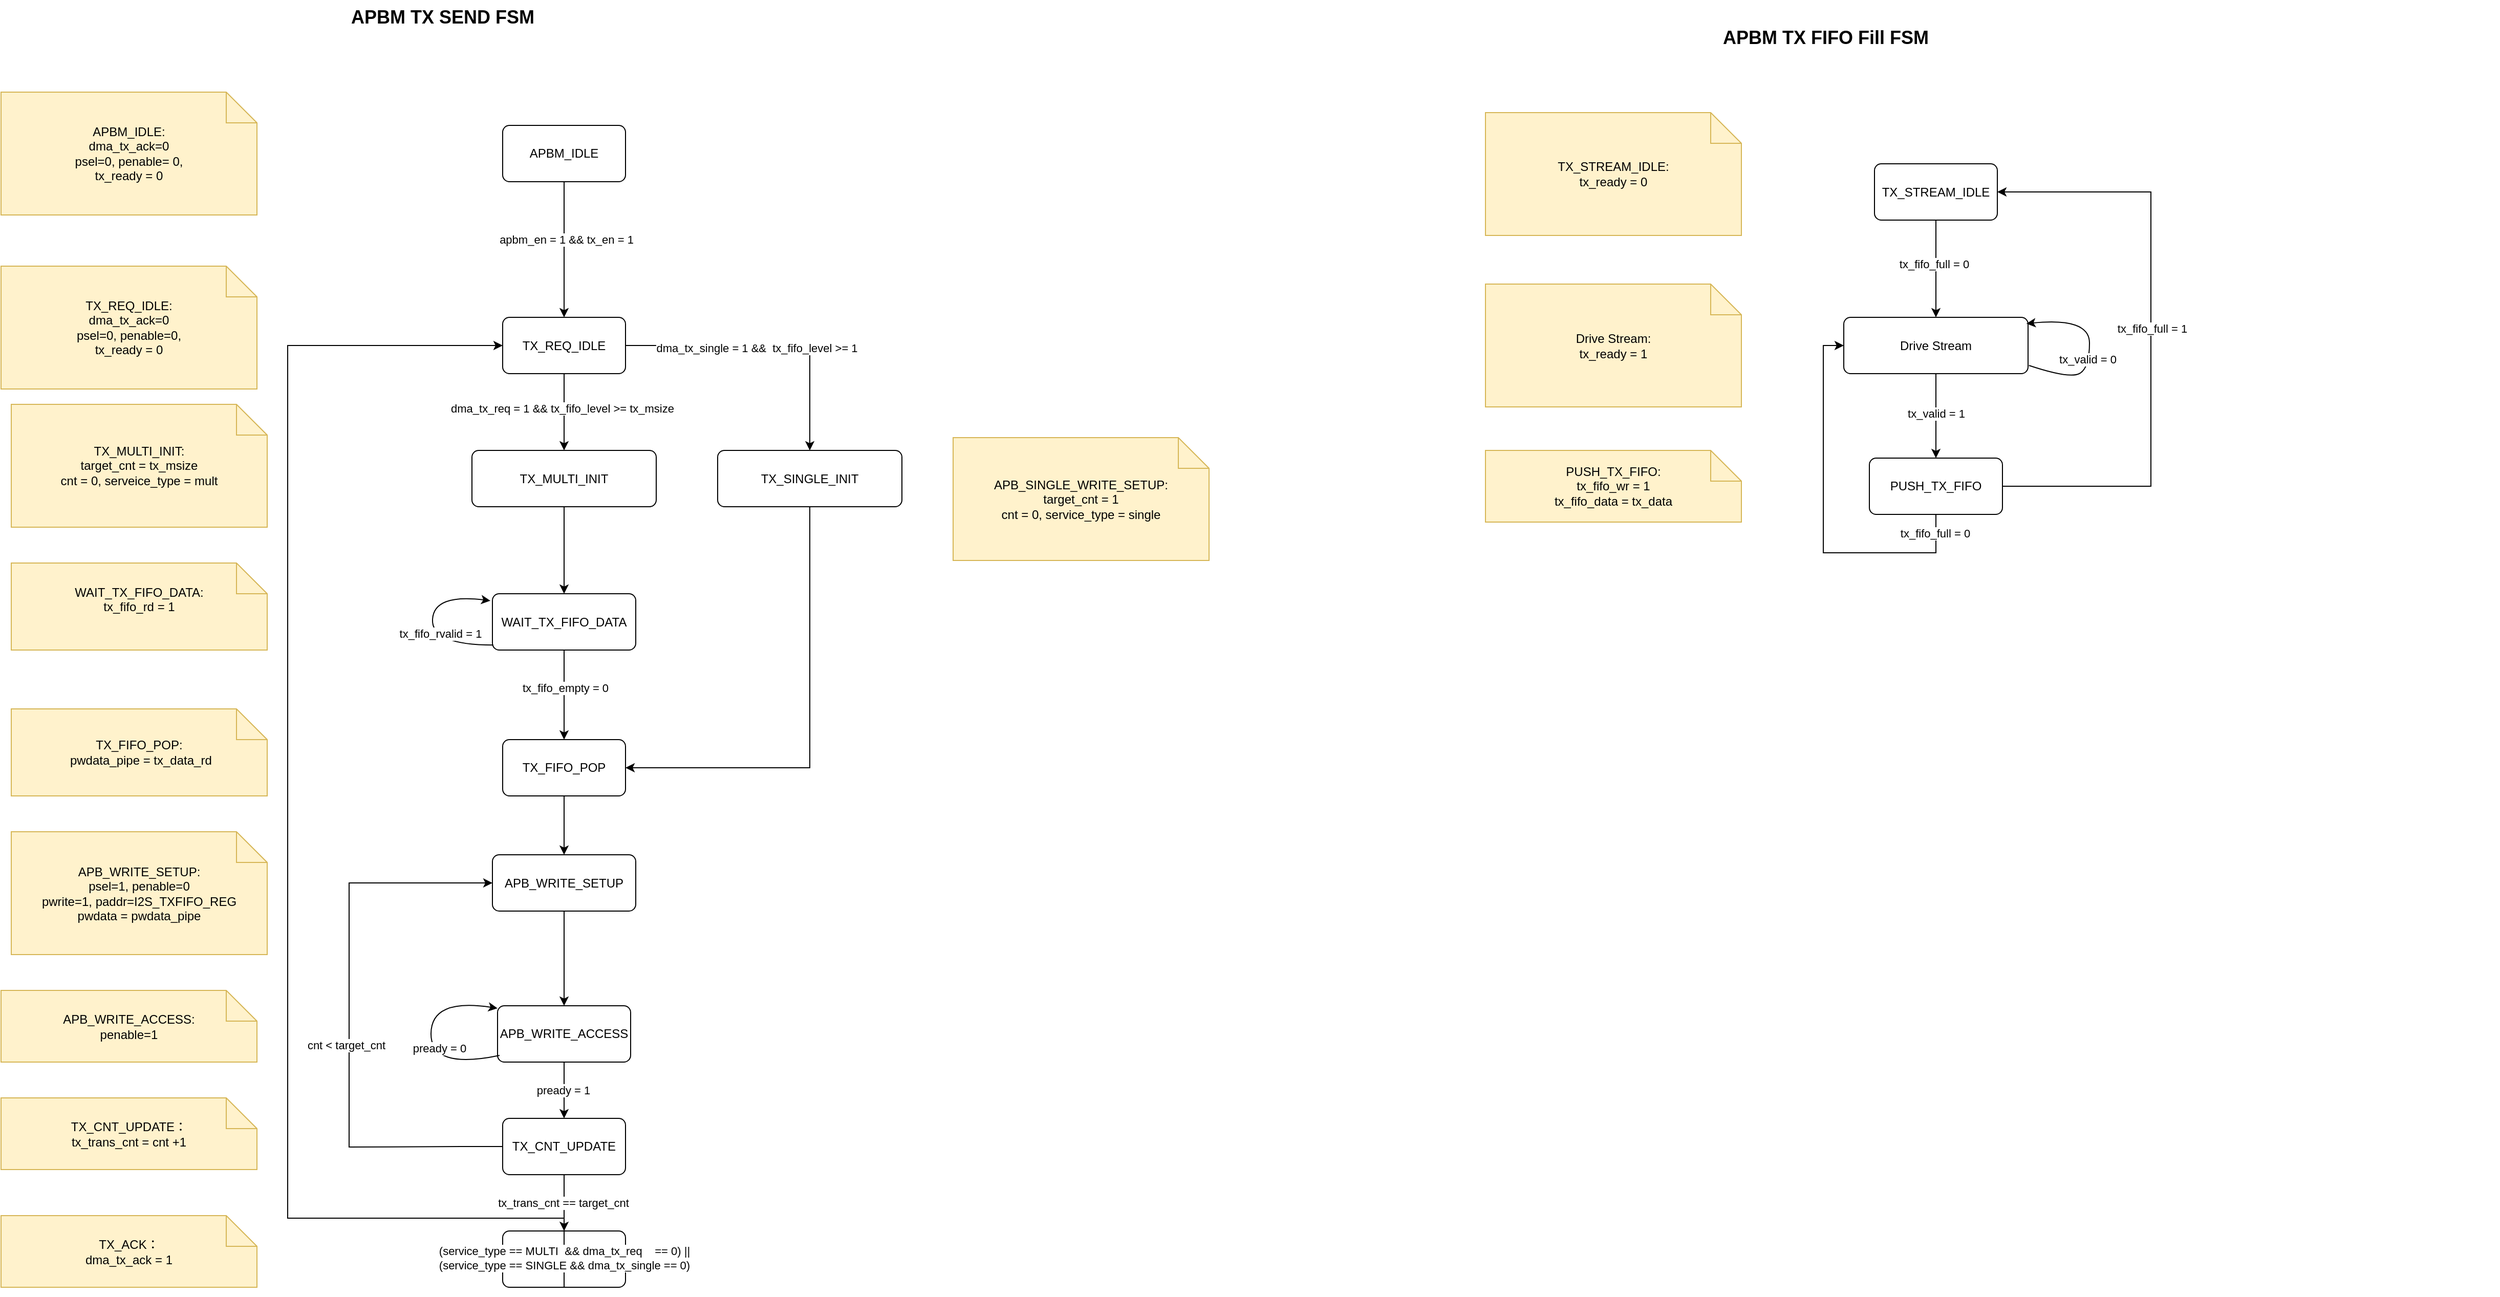
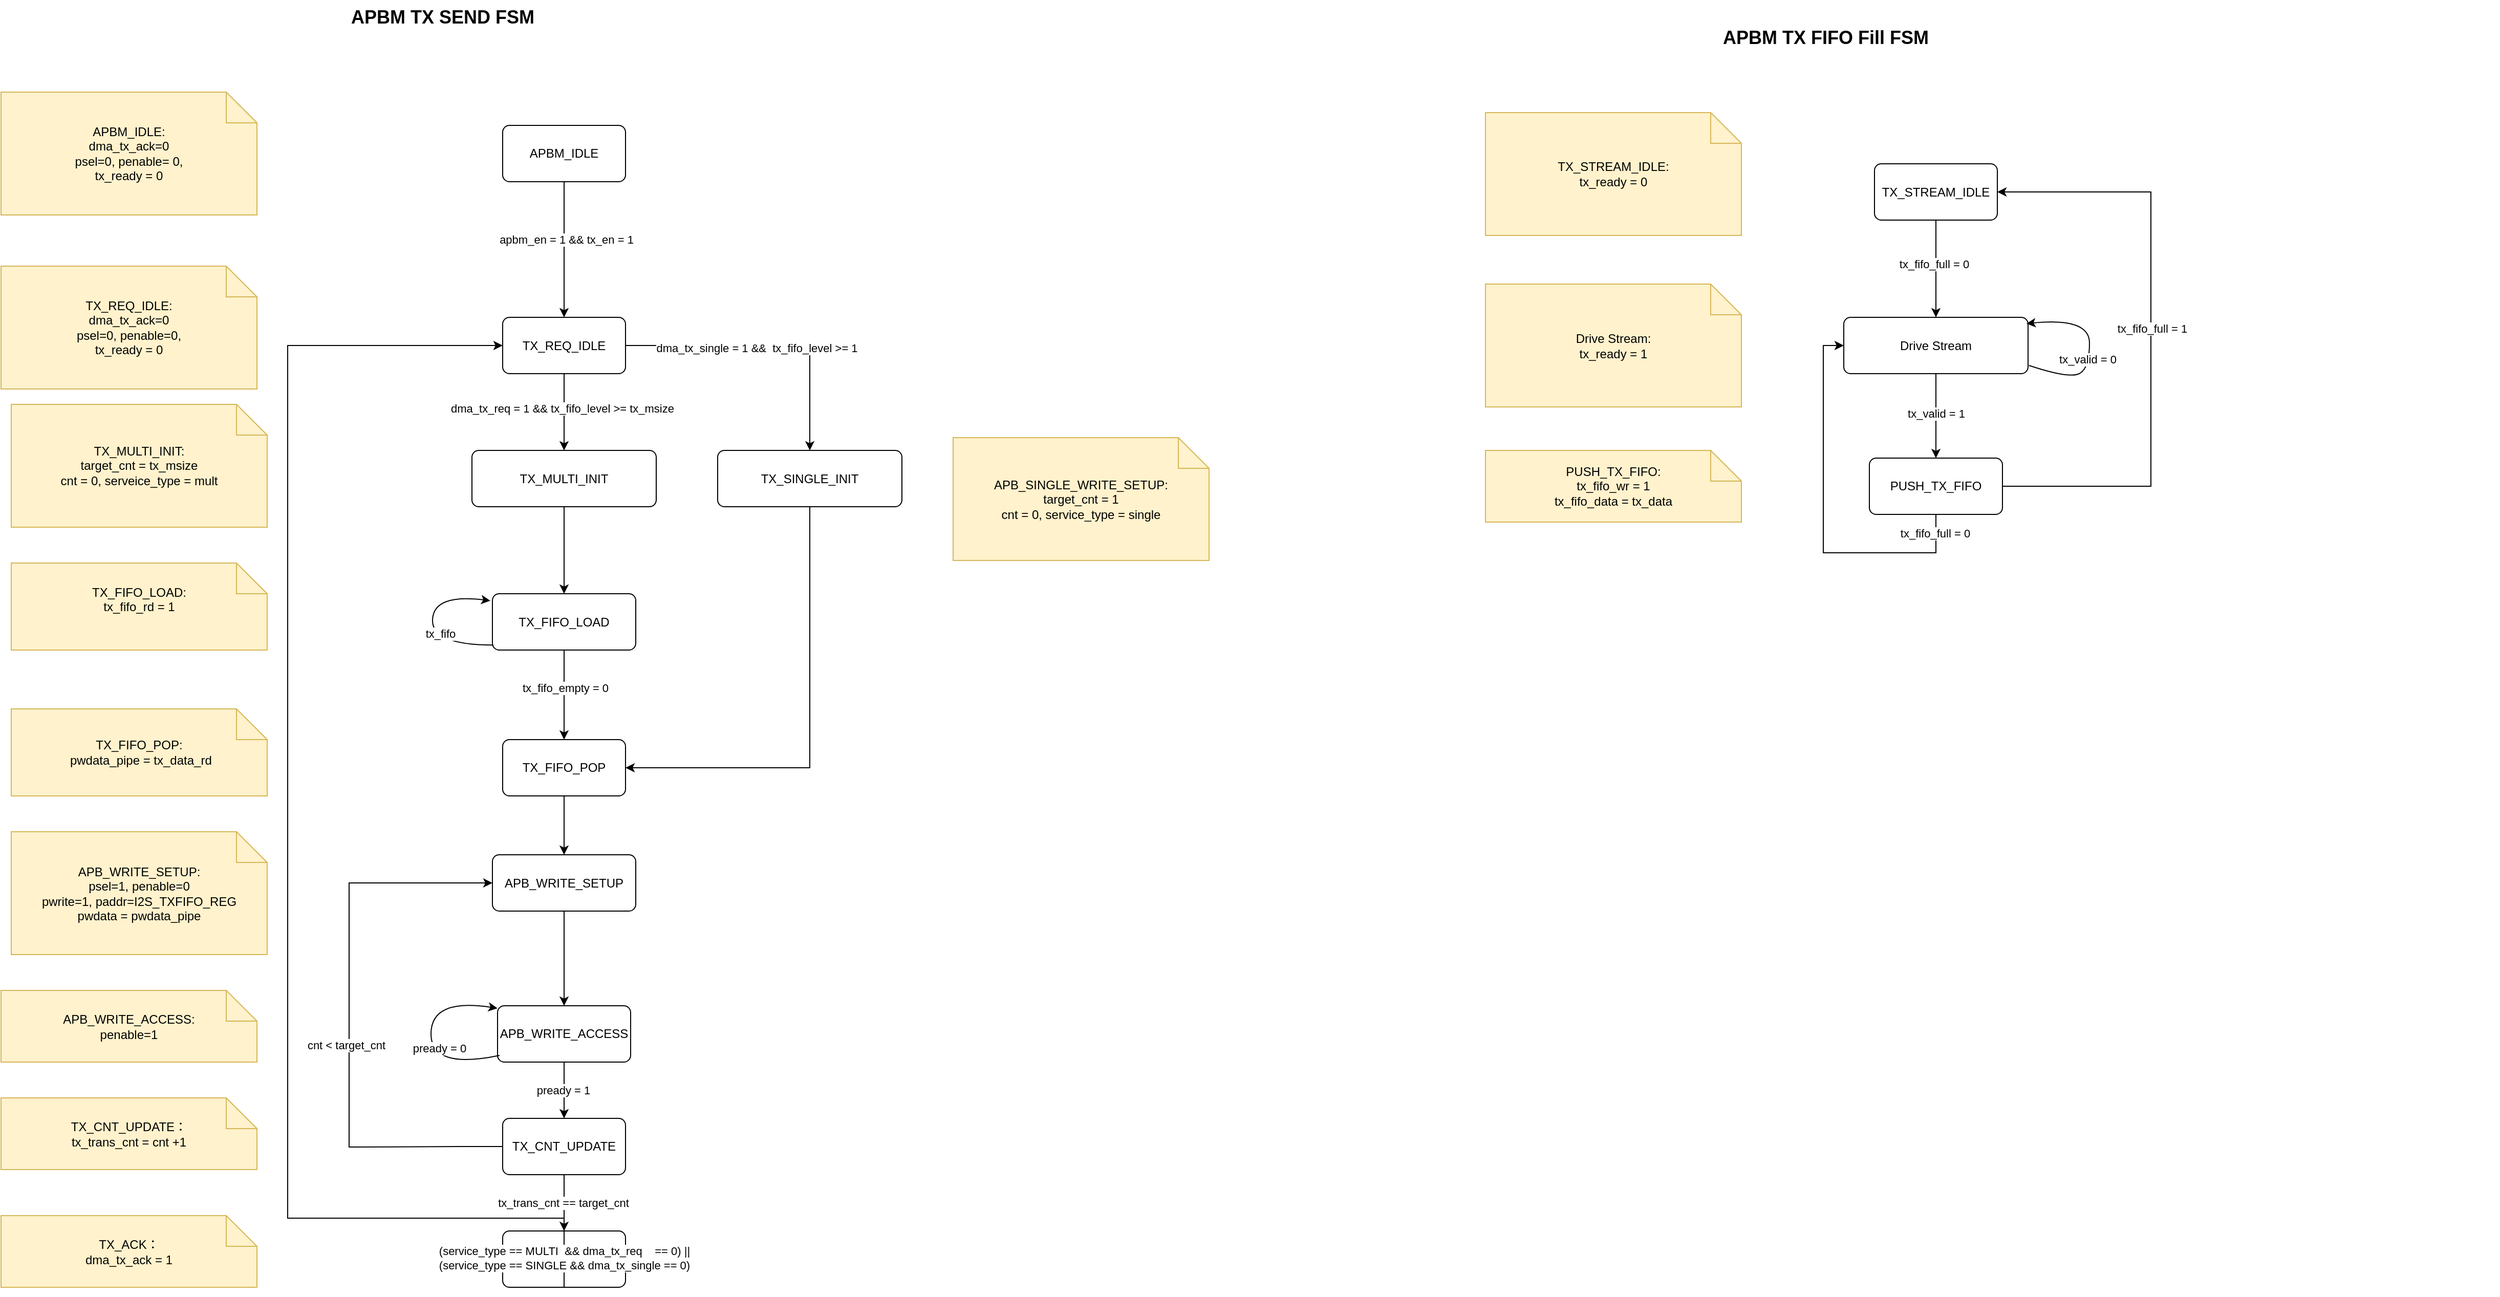
<mxfile host="app.diagrams.net">
  <diagram name="第 1 页" id="fH5n9Me7nUtPE_JYtTzi">
    <mxGraphModel dx="774" dy="437" grid="1" gridSize="10" guides="1" tooltips="1" connect="1" arrows="1" fold="1" page="1" pageScale="1" pageWidth="827" pageHeight="1169" math="0" shadow="0">
      <root>
        <mxCell id="0" />
        <mxCell id="1" parent="0" />
        <mxCell id="Ly1VW1kiYANL2SHkxWqd-1" parent="1" style="text;html=1;strokeColor=none;fillColor=none;fontSize=18;fontStyle=1;" value="APBM TX SEND FSM&amp;nbsp;&amp;nbsp;" vertex="1">
          <mxGeometry height="40" width="760" x="810" y="130" as="geometry" />
        </mxCell>
        <mxCell id="Ly1VW1kiYANL2SHkxWqd-2" parent="1" style="rounded=1;whiteSpace=wrap;html=1;arcSize=12;fillColor=#ffffff;strokeColor=#000000;" value="TX_REQ_IDLE" vertex="1">
          <mxGeometry height="55" width="120" x="960" y="440" as="geometry" />
        </mxCell>
        <mxCell id="Ly1VW1kiYANL2SHkxWqd-3" parent="1" style="rounded=1;whiteSpace=wrap;html=1;arcSize=12;fillColor=#ffffff;strokeColor=#000000;" value="APB_WRITE_SETUP" vertex="1">
          <mxGeometry height="55" width="140" x="950" y="965" as="geometry" />
        </mxCell>
        <mxCell id="Ly1VW1kiYANL2SHkxWqd-4" edge="1" parent="1" source="Ly1VW1kiYANL2SHkxWqd-2" style="endArrow=classic;html=1;rounded=0;exitX=0.5;exitY=1;exitDx=0;exitDy=0;entryX=0.5;entryY=0;entryDx=0;entryDy=0;" target="Ly1VW1kiYANL2SHkxWqd-40" value="">
          <mxGeometry height="50" relative="1" width="50" as="geometry">
            <mxPoint x="1040" y="560" as="sourcePoint" />
            <mxPoint x="1020" y="570" as="targetPoint" />
          </mxGeometry>
        </mxCell>
        <mxCell id="Ly1VW1kiYANL2SHkxWqd-5" connectable="0" parent="Ly1VW1kiYANL2SHkxWqd-4" style="edgeLabel;html=1;align=center;verticalAlign=middle;resizable=0;points=[];" value="dma_tx_req = 1 &amp;amp;&amp;amp; tx_fifo_level &amp;gt;= tx_msize" vertex="1">
          <mxGeometry relative="1" x="-0.0927" y="-2" as="geometry">
            <mxPoint as="offset" />
          </mxGeometry>
        </mxCell>
        <mxCell id="Ly1VW1kiYANL2SHkxWqd-6" parent="1" style="shape=note;whiteSpace=wrap;html=1;fillColor=#fff2cc;strokeColor=#d6b656;" value="APB_WRITE_SETUP:&lt;div&gt;psel=1, penable=0&lt;br&gt;pwrite=1, paddr=I2S_TXFIFO_REG&lt;/div&gt;&lt;div&gt;pwdata = pwdata_pipe&lt;/div&gt;" vertex="1">
          <mxGeometry height="120" width="250" x="480" y="942.5" as="geometry" />
        </mxCell>
        <mxCell id="Ly1VW1kiYANL2SHkxWqd-7" parent="1" style="rounded=1;whiteSpace=wrap;html=1;arcSize=12;fillColor=#ffffff;strokeColor=#000000;" value="APB_WRITE_ACCESS" vertex="1">
          <mxGeometry height="55" width="130" x="955" y="1112.5" as="geometry" />
        </mxCell>
        <mxCell id="Ly1VW1kiYANL2SHkxWqd-8" edge="1" parent="1" source="Ly1VW1kiYANL2SHkxWqd-3" style="endArrow=classic;html=1;rounded=0;exitX=0.5;exitY=1;exitDx=0;exitDy=0;entryX=0.5;entryY=0;entryDx=0;entryDy=0;" target="Ly1VW1kiYANL2SHkxWqd-7" value="">
          <mxGeometry height="50" relative="1" width="50" as="geometry">
            <mxPoint x="1030" y="1095" as="sourcePoint" />
            <mxPoint x="1080" y="1045" as="targetPoint" />
          </mxGeometry>
        </mxCell>
        <mxCell id="Ly1VW1kiYANL2SHkxWqd-9" parent="1" style="shape=note;whiteSpace=wrap;html=1;fillColor=#fff2cc;strokeColor=#d6b656;" value="APB_WRITE_ACCESS:&lt;br&gt;penable=1" vertex="1">
          <mxGeometry height="70" width="250" x="470" y="1097.5" as="geometry" />
        </mxCell>
        <mxCell id="Ly1VW1kiYANL2SHkxWqd-10" edge="1" parent="1" source="Ly1VW1kiYANL2SHkxWqd-7" style="curved=1;endArrow=classic;html=1;rounded=0;exitX=0.015;exitY=0.881;exitDx=0;exitDy=0;entryX=0;entryY=0;entryDx=0;entryDy=0;exitPerimeter=0;" value="">
          <mxGeometry height="50" relative="1" width="50" as="geometry">
            <Array as="points">
              <mxPoint x="890" y="1175" />
              <mxPoint x="890" y="1105" />
            </Array>
            <mxPoint x="955" y="1170" as="sourcePoint" />
            <mxPoint x="955" y="1115" as="targetPoint" />
          </mxGeometry>
        </mxCell>
        <mxCell id="Ly1VW1kiYANL2SHkxWqd-11" connectable="0" parent="Ly1VW1kiYANL2SHkxWqd-10" style="edgeLabel;html=1;align=center;verticalAlign=middle;resizable=0;points=[];" value="pready = 0" vertex="1">
          <mxGeometry relative="1" x="-0.1215" y="-8" as="geometry">
            <mxPoint as="offset" />
          </mxGeometry>
        </mxCell>
        <mxCell id="Ly1VW1kiYANL2SHkxWqd-13" edge="1" parent="1" source="Ly1VW1kiYANL2SHkxWqd-7" style="endArrow=classic;html=1;rounded=0;exitX=0.5;exitY=1;exitDx=0;exitDy=0;entryX=0.5;entryY=0;entryDx=0;entryDy=0;" target="Ly1VW1kiYANL2SHkxWqd-47" value="">
          <mxGeometry height="50" relative="1" width="50" as="geometry">
            <mxPoint x="1010" y="1245" as="sourcePoint" />
            <mxPoint x="1020" y="1212.5" as="targetPoint" />
          </mxGeometry>
        </mxCell>
        <mxCell id="Ly1VW1kiYANL2SHkxWqd-14" connectable="0" parent="Ly1VW1kiYANL2SHkxWqd-13" style="edgeLabel;html=1;align=center;verticalAlign=middle;resizable=0;points=[];" value="pready = 1" vertex="1">
          <mxGeometry relative="1" x="0.0089" y="-1" as="geometry">
            <mxPoint as="offset" />
          </mxGeometry>
        </mxCell>
        <mxCell id="Ly1VW1kiYANL2SHkxWqd-16" parent="1" style="rounded=1;whiteSpace=wrap;html=1;arcSize=12;fillColor=#ffffff;strokeColor=#000000;" value="TX_ACK" vertex="1">
          <mxGeometry height="55" width="120" x="960" y="1332.5" as="geometry" />
        </mxCell>
        <mxCell id="Ly1VW1kiYANL2SHkxWqd-17" edge="1" parent="1" source="Ly1VW1kiYANL2SHkxWqd-47" style="endArrow=classic;html=1;rounded=0;exitX=0.5;exitY=1;exitDx=0;exitDy=0;entryX=0.5;entryY=0;entryDx=0;entryDy=0;" target="Ly1VW1kiYANL2SHkxWqd-16" value="">
          <mxGeometry height="50" relative="1" width="50" as="geometry">
            <mxPoint x="1150.3600000000001" y="1167.5" as="sourcePoint" />
            <mxPoint x="1150" y="1202.5" as="targetPoint" />
          </mxGeometry>
        </mxCell>
        <mxCell id="Ly1VW1kiYANL2SHkxWqd-18" connectable="0" parent="Ly1VW1kiYANL2SHkxWqd-17" style="edgeLabel;html=1;align=center;verticalAlign=middle;resizable=0;points=[];" value="tx_trans_cnt == target_cnt" vertex="1">
          <mxGeometry relative="1" x="0.0089" y="-1" as="geometry">
            <mxPoint as="offset" />
          </mxGeometry>
        </mxCell>
        <mxCell id="Ly1VW1kiYANL2SHkxWqd-19" parent="1" style="shape=note;whiteSpace=wrap;html=1;fillColor=#fff2cc;strokeColor=#d6b656;" value="TX_ACK：&lt;div&gt;dma_tx_ack = 1&lt;/div&gt;" vertex="1">
          <mxGeometry height="70" width="250" x="470" y="1317.5" as="geometry" />
        </mxCell>
        <mxCell id="Ly1VW1kiYANL2SHkxWqd-20" parent="1" style="shape=note;whiteSpace=wrap;html=1;fillColor=#fff2cc;strokeColor=#d6b656;" value="TX_REQ_IDLE:&lt;div&gt;dma_tx_ack=0&lt;/div&gt;&lt;div&gt;psel=0, penable=0,&lt;br&gt;&lt;/div&gt;&lt;div&gt;tx_ready = 0&lt;br&gt;&lt;/div&gt;" vertex="1">
          <mxGeometry height="120" width="250" x="470" y="390" as="geometry" />
        </mxCell>
        <mxCell id="Ly1VW1kiYANL2SHkxWqd-21" edge="1" parent="1" source="Ly1VW1kiYANL2SHkxWqd-16" style="endArrow=classic;html=1;rounded=0;exitX=0.5;exitY=1;exitDx=0;exitDy=0;edgeStyle=orthogonalEdgeStyle;entryX=0;entryY=0.5;entryDx=0;entryDy=0;" target="Ly1VW1kiYANL2SHkxWqd-2" value="">
          <mxGeometry height="50" relative="1" width="50" as="geometry">
            <Array as="points">
              <mxPoint x="1020" y="1320" />
              <mxPoint x="750" y="1320" />
              <mxPoint x="750" y="468" />
            </Array>
            <mxPoint x="909.95" y="1052.5" as="sourcePoint" />
            <mxPoint x="850" y="465" as="targetPoint" />
          </mxGeometry>
        </mxCell>
        <mxCell id="Ly1VW1kiYANL2SHkxWqd-22" connectable="0" parent="Ly1VW1kiYANL2SHkxWqd-21" style="edgeLabel;html=1;align=center;verticalAlign=middle;resizable=0;points=[];" value="&lt;div&gt;(service_type == MULTI&amp;nbsp; &amp;amp;&amp;amp; dma_tx_req&amp;nbsp; &amp;nbsp; == 0) ||&lt;/div&gt;&lt;div&gt;(service_type == SINGLE &amp;amp;&amp;amp; dma_tx_single == 0)&lt;/div&gt;" vertex="1">
          <mxGeometry relative="1" x="-0.9589" as="geometry">
            <mxPoint as="offset" />
          </mxGeometry>
        </mxCell>
        <mxCell id="Ly1VW1kiYANL2SHkxWqd-23" edge="1" parent="1" source="Ly1VW1kiYANL2SHkxWqd-2" style="endArrow=classic;html=1;rounded=0;exitX=1;exitY=0.5;exitDx=0;exitDy=0;edgeStyle=orthogonalEdgeStyle;entryX=0.5;entryY=0;entryDx=0;entryDy=0;" target="Ly1VW1kiYANL2SHkxWqd-25" value="">
          <mxGeometry height="50" relative="1" width="50" as="geometry">
            <mxPoint x="1250" y="540" as="sourcePoint" />
            <mxPoint x="1260" y="560" as="targetPoint" />
          </mxGeometry>
        </mxCell>
        <mxCell id="Ly1VW1kiYANL2SHkxWqd-24" connectable="0" parent="Ly1VW1kiYANL2SHkxWqd-23" style="edgeLabel;html=1;align=center;verticalAlign=middle;resizable=0;points=[];" value="dma_tx_single = 1 &amp;amp;&amp;amp;&amp;nbsp; tx_fifo_level &amp;gt;= 1" vertex="1">
          <mxGeometry relative="1" x="-0.0927" y="-2" as="geometry">
            <mxPoint as="offset" />
          </mxGeometry>
        </mxCell>
        <mxCell id="Ly1VW1kiYANL2SHkxWqd-25" parent="1" style="rounded=1;whiteSpace=wrap;html=1;arcSize=12;fillColor=#ffffff;strokeColor=#000000;" value="TX_SINGLE_INIT" vertex="1">
          <mxGeometry height="55" width="180" x="1170" y="570" as="geometry" />
        </mxCell>
        <mxCell id="Ly1VW1kiYANL2SHkxWqd-26" parent="1" style="shape=note;whiteSpace=wrap;html=1;fillColor=#fff2cc;strokeColor=#d6b656;" value="APB_SINGLE_WRITE_SETUP:&lt;div&gt;target_cnt = 1&lt;br&gt;cnt = 0, service_type = single&lt;/div&gt;" vertex="1">
          <mxGeometry height="120" width="250" x="1400" y="557.5" as="geometry" />
        </mxCell>
        <mxCell id="Ly1VW1kiYANL2SHkxWqd-27" edge="1" parent="1" source="Ly1VW1kiYANL2SHkxWqd-25" style="endArrow=classic;html=1;rounded=0;exitX=0.5;exitY=1;exitDx=0;exitDy=0;edgeStyle=orthogonalEdgeStyle;entryX=1;entryY=0.5;entryDx=0;entryDy=0;" target="Ly1VW1kiYANL2SHkxWqd-28" value="">
          <mxGeometry height="50" relative="1" width="50" as="geometry">
            <mxPoint x="1230" y="950" as="sourcePoint" />
            <mxPoint x="1090" y="705" as="targetPoint" />
          </mxGeometry>
        </mxCell>
        <mxCell id="Ly1VW1kiYANL2SHkxWqd-28" parent="1" style="rounded=1;whiteSpace=wrap;html=1;arcSize=12;fillColor=#ffffff;strokeColor=#000000;" value="TX_FIFO_POP" vertex="1">
          <mxGeometry height="55" width="120" x="960" y="852.5" as="geometry" />
        </mxCell>
        <mxCell id="Ly1VW1kiYANL2SHkxWqd-29" edge="1" parent="1" source="Ly1VW1kiYANL2SHkxWqd-40" style="endArrow=classic;html=1;rounded=0;exitX=0.5;exitY=1;exitDx=0;exitDy=0;entryX=0.5;entryY=0;entryDx=0;entryDy=0;" target="Ly1VW1kiYANL2SHkxWqd-66" value="">
          <mxGeometry height="50" relative="1" width="50" as="geometry">
            <Array as="points">
              <mxPoint x="1020" y="650" />
            </Array>
            <mxPoint x="1010" y="630" as="sourcePoint" />
            <mxPoint x="1020" y="680" as="targetPoint" />
          </mxGeometry>
        </mxCell>
        <mxCell id="Ly1VW1kiYANL2SHkxWqd-33" parent="1" style="shape=note;whiteSpace=wrap;html=1;fillColor=#fff2cc;strokeColor=#d6b656;" value="TX_FIFO_POP:&lt;div&gt;&lt;div&gt;&amp;nbsp;pwdata_pipe = tx_data_rd&lt;/div&gt;&lt;/div&gt;" vertex="1">
          <mxGeometry height="85" width="250" x="480" y="822.5" as="geometry" />
        </mxCell>
        <mxCell id="Ly1VW1kiYANL2SHkxWqd-34" parent="1" style="rounded=1;whiteSpace=wrap;html=1;arcSize=12;fillColor=#ffffff;strokeColor=#000000;" value="APBM_IDLE" vertex="1">
          <mxGeometry height="55" width="120" x="960" y="252.5" as="geometry" />
        </mxCell>
        <mxCell id="Ly1VW1kiYANL2SHkxWqd-35" edge="1" parent="1" source="Ly1VW1kiYANL2SHkxWqd-34" style="endArrow=classic;html=1;rounded=0;exitX=0.5;exitY=1;exitDx=0;exitDy=0;" target="Ly1VW1kiYANL2SHkxWqd-2" value="">
          <mxGeometry height="50" relative="1" width="50" as="geometry">
            <mxPoint x="1060" y="360" as="sourcePoint" />
            <mxPoint x="1110" y="310" as="targetPoint" />
          </mxGeometry>
        </mxCell>
        <mxCell id="Ly1VW1kiYANL2SHkxWqd-36" connectable="0" parent="Ly1VW1kiYANL2SHkxWqd-35" style="edgeLabel;html=1;align=center;verticalAlign=middle;resizable=0;points=[];" value="apbm_en = 1 &amp;amp;&amp;amp; tx_en = 1" vertex="1">
          <mxGeometry relative="1" x="-0.1446" y="2" as="geometry">
            <mxPoint as="offset" />
          </mxGeometry>
        </mxCell>
        <mxCell id="Ly1VW1kiYANL2SHkxWqd-37" parent="1" style="shape=note;whiteSpace=wrap;html=1;fillColor=#fff2cc;strokeColor=#d6b656;" value="APBM_IDLE:&lt;div&gt;dma_tx_ack=0&lt;/div&gt;&lt;div&gt;psel=0, penable= 0,&lt;br&gt;&lt;/div&gt;&lt;div&gt;tx_ready = 0&lt;/div&gt;" vertex="1">
          <mxGeometry height="120" width="250" x="470" y="220" as="geometry" />
        </mxCell>
        <mxCell id="Ly1VW1kiYANL2SHkxWqd-38" edge="1" parent="1" source="Ly1VW1kiYANL2SHkxWqd-47" style="endArrow=classic;html=1;rounded=0;edgeStyle=orthogonalEdgeStyle;entryX=0;entryY=0.5;entryDx=0;entryDy=0;exitX=0;exitY=0.5;exitDx=0;exitDy=0;" target="Ly1VW1kiYANL2SHkxWqd-3" value="">
          <mxGeometry height="50" relative="1" width="50" as="geometry">
            <Array as="points">
              <mxPoint x="920" y="1249.5" />
              <mxPoint x="810" y="1250.5" />
              <mxPoint x="810" y="992.5" />
            </Array>
            <mxPoint x="920" y="1212.5" as="sourcePoint" />
            <mxPoint x="800" y="872.5" as="targetPoint" />
          </mxGeometry>
        </mxCell>
        <mxCell id="Ly1VW1kiYANL2SHkxWqd-39" connectable="0" parent="Ly1VW1kiYANL2SHkxWqd-38" style="edgeLabel;html=1;align=center;verticalAlign=middle;resizable=0;points=[];" value="cnt &amp;lt; target_cnt" vertex="1">
          <mxGeometry relative="1" x="-0.0902" y="3" as="geometry">
            <mxPoint as="offset" />
          </mxGeometry>
        </mxCell>
        <mxCell id="Ly1VW1kiYANL2SHkxWqd-40" parent="1" style="rounded=1;whiteSpace=wrap;html=1;arcSize=12;fillColor=#ffffff;strokeColor=#000000;" value="TX_MULTI_INIT" vertex="1">
          <mxGeometry height="55" width="180" x="930" y="570" as="geometry" />
        </mxCell>
        <mxCell id="Ly1VW1kiYANL2SHkxWqd-42" parent="1" style="shape=note;whiteSpace=wrap;html=1;fillColor=#fff2cc;strokeColor=#d6b656;" value="TX_MULTI_INIT:&lt;div&gt;target_cnt = tx_msize&lt;br&gt;cnt = 0, serveice_type = mult&lt;/div&gt;" vertex="1">
          <mxGeometry height="120" width="250" x="480" y="525" as="geometry" />
        </mxCell>
        <mxCell id="Ly1VW1kiYANL2SHkxWqd-45" edge="1" parent="1" source="Ly1VW1kiYANL2SHkxWqd-28" style="endArrow=classic;html=1;rounded=0;exitX=0.5;exitY=1;exitDx=0;exitDy=0;" target="Ly1VW1kiYANL2SHkxWqd-3" value="">
          <mxGeometry height="50" relative="1" width="50" as="geometry">
            <mxPoint x="1019.5699999999999" y="907.5" as="sourcePoint" />
            <mxPoint x="1019.5699999999999" y="964.5" as="targetPoint" />
          </mxGeometry>
        </mxCell>
        <mxCell id="Ly1VW1kiYANL2SHkxWqd-47" parent="1" style="rounded=1;whiteSpace=wrap;html=1;arcSize=12;fillColor=#ffffff;strokeColor=#000000;" value="TX_CNT_UPDATE" vertex="1">
          <mxGeometry height="55" width="120" x="960" y="1222.5" as="geometry" />
        </mxCell>
        <mxCell id="Ly1VW1kiYANL2SHkxWqd-48" parent="1" style="shape=note;whiteSpace=wrap;html=1;fillColor=#fff2cc;strokeColor=#d6b656;" value="TX_CNT_UPDATE：&lt;div&gt;tx_trans_cnt = cnt +1&lt;/div&gt;" vertex="1">
          <mxGeometry height="70" width="250" x="470" y="1202.5" as="geometry" />
        </mxCell>
        <mxCell id="Ly1VW1kiYANL2SHkxWqd-49" parent="1" style="text;html=1;strokeColor=none;fillColor=none;fontSize=18;fontStyle=1;" value="APBM TX FIFO Fill FSM&amp;nbsp;&amp;nbsp;" vertex="1">
          <mxGeometry height="40" width="760" x="2150" y="150" as="geometry" />
        </mxCell>
        <mxCell id="Ly1VW1kiYANL2SHkxWqd-50" parent="1" style="rounded=1;whiteSpace=wrap;html=1;arcSize=12;fillColor=#ffffff;strokeColor=#000000;" value="TX_STREAM_IDLE" vertex="1">
          <mxGeometry height="55" width="120" x="2300" y="290" as="geometry" />
        </mxCell>
        <mxCell id="Ly1VW1kiYANL2SHkxWqd-51" parent="1" style="rounded=1;whiteSpace=wrap;html=1;arcSize=12;fillColor=#ffffff;strokeColor=#000000;" value="Drive Stream" vertex="1">
          <mxGeometry height="55" width="180" x="2270" y="440" as="geometry" />
        </mxCell>
        <mxCell id="Ly1VW1kiYANL2SHkxWqd-52" edge="1" parent="1" source="Ly1VW1kiYANL2SHkxWqd-50" style="endArrow=classic;html=1;rounded=0;exitX=0.5;exitY=1;exitDx=0;exitDy=0;entryX=0.5;entryY=0;entryDx=0;entryDy=0;" target="Ly1VW1kiYANL2SHkxWqd-51" value="">
          <mxGeometry height="50" relative="1" width="50" as="geometry">
            <mxPoint x="2380" y="410" as="sourcePoint" />
            <mxPoint x="2430" y="360" as="targetPoint" />
          </mxGeometry>
        </mxCell>
        <mxCell id="Ly1VW1kiYANL2SHkxWqd-53" connectable="0" parent="Ly1VW1kiYANL2SHkxWqd-52" style="edgeLabel;html=1;align=center;verticalAlign=middle;resizable=0;points=[];" value="tx_fifo_full = 0" vertex="1">
          <mxGeometry relative="1" x="-0.0927" y="-2" as="geometry">
            <mxPoint as="offset" />
          </mxGeometry>
        </mxCell>
        <mxCell id="Ly1VW1kiYANL2SHkxWqd-54" parent="1" style="shape=note;whiteSpace=wrap;html=1;fillColor=#fff2cc;strokeColor=#d6b656;" value="Drive Stream:&lt;div&gt;tx_ready = 1&lt;/div&gt;" vertex="1">
          <mxGeometry height="120" width="250" x="1920" y="407.5" as="geometry" />
        </mxCell>
        <mxCell id="Ly1VW1kiYANL2SHkxWqd-55" parent="1" style="rounded=1;whiteSpace=wrap;html=1;arcSize=12;fillColor=#ffffff;strokeColor=#000000;" value="PUSH_TX_FIFO" vertex="1">
          <mxGeometry height="55" width="130" x="2295" y="577.5" as="geometry" />
        </mxCell>
        <mxCell id="Ly1VW1kiYANL2SHkxWqd-56" edge="1" parent="1" source="Ly1VW1kiYANL2SHkxWqd-51" style="endArrow=classic;html=1;rounded=0;exitX=0.5;exitY=1;exitDx=0;exitDy=0;entryX=0.5;entryY=0;entryDx=0;entryDy=0;" target="Ly1VW1kiYANL2SHkxWqd-55" value="">
          <mxGeometry height="50" relative="1" width="50" as="geometry">
            <mxPoint x="2370" y="560" as="sourcePoint" />
            <mxPoint x="2420" y="510" as="targetPoint" />
          </mxGeometry>
        </mxCell>
        <mxCell id="Ly1VW1kiYANL2SHkxWqd-57" connectable="0" parent="Ly1VW1kiYANL2SHkxWqd-56" style="edgeLabel;html=1;align=center;verticalAlign=middle;resizable=0;points=[];" value="tx_valid = 1" vertex="1">
          <mxGeometry relative="1" x="-0.0537" as="geometry">
            <mxPoint as="offset" />
          </mxGeometry>
        </mxCell>
        <mxCell id="Ly1VW1kiYANL2SHkxWqd-58" parent="1" style="shape=note;whiteSpace=wrap;html=1;fillColor=#fff2cc;strokeColor=#d6b656;" value="PUSH_TX_FIFO:&lt;div&gt;tx_fifo_wr = 1&lt;/div&gt;&lt;div&gt;tx_fifo_data = tx_data&lt;/div&gt;" vertex="1">
          <mxGeometry height="70" width="250" x="1920" y="570" as="geometry" />
        </mxCell>
        <mxCell id="Ly1VW1kiYANL2SHkxWqd-59" parent="1" style="shape=note;whiteSpace=wrap;html=1;fillColor=#fff2cc;strokeColor=#d6b656;" value="TX_STREAM_IDLE:&lt;div&gt;tx_ready = 0&lt;/div&gt;" vertex="1">
          <mxGeometry height="120" width="250" x="1920" y="240" as="geometry" />
        </mxCell>
        <mxCell id="Ly1VW1kiYANL2SHkxWqd-60" edge="1" parent="1" source="Ly1VW1kiYANL2SHkxWqd-55" style="endArrow=classic;html=1;rounded=0;exitX=0.5;exitY=1;exitDx=0;exitDy=0;entryX=0;entryY=0.5;entryDx=0;entryDy=0;edgeStyle=orthogonalEdgeStyle;" target="Ly1VW1kiYANL2SHkxWqd-51" value="">
          <mxGeometry height="50" relative="1" width="50" as="geometry">
            <Array as="points">
              <mxPoint x="2360" y="670" />
              <mxPoint x="2250" y="670" />
              <mxPoint x="2250" y="468" />
            </Array>
            <mxPoint x="2550" y="570" as="sourcePoint" />
            <mxPoint x="2600" y="520" as="targetPoint" />
          </mxGeometry>
        </mxCell>
        <mxCell id="Ly1VW1kiYANL2SHkxWqd-61" connectable="0" parent="Ly1VW1kiYANL2SHkxWqd-60" style="edgeLabel;html=1;align=center;verticalAlign=middle;resizable=0;points=[];" value="tx_fifo_full = 0" vertex="1">
          <mxGeometry relative="1" x="-0.9016" y="-1" as="geometry">
            <mxPoint as="offset" />
          </mxGeometry>
        </mxCell>
        <mxCell id="Ly1VW1kiYANL2SHkxWqd-62" edge="1" parent="1" source="Ly1VW1kiYANL2SHkxWqd-55" style="endArrow=classic;html=1;rounded=0;exitX=1;exitY=0.5;exitDx=0;exitDy=0;entryX=1;entryY=0.5;entryDx=0;entryDy=0;edgeStyle=orthogonalEdgeStyle;" target="Ly1VW1kiYANL2SHkxWqd-50" value="">
          <mxGeometry height="50" relative="1" width="50" as="geometry">
            <Array as="points">
              <mxPoint x="2570" y="605" />
              <mxPoint x="2570" y="318" />
            </Array>
            <mxPoint x="2510" y="600" as="sourcePoint" />
            <mxPoint x="2560" y="550" as="targetPoint" />
          </mxGeometry>
        </mxCell>
        <mxCell id="Ly1VW1kiYANL2SHkxWqd-63" connectable="0" parent="Ly1VW1kiYANL2SHkxWqd-62" style="edgeLabel;html=1;align=center;verticalAlign=middle;resizable=0;points=[];" value="tx_fifo_full = 1" vertex="1">
          <mxGeometry relative="1" x="0.0267" y="-1" as="geometry">
            <mxPoint as="offset" />
          </mxGeometry>
        </mxCell>
        <mxCell id="Ly1VW1kiYANL2SHkxWqd-64" edge="1" parent="1" source="Ly1VW1kiYANL2SHkxWqd-51" style="curved=1;endArrow=classic;html=1;rounded=0;entryX=0.991;entryY=0.112;entryDx=0;entryDy=0;exitX=1.005;exitY=0.854;exitDx=0;exitDy=0;exitPerimeter=0;entryPerimeter=0;" target="Ly1VW1kiYANL2SHkxWqd-51" value="">
          <mxGeometry height="50" relative="1" width="50" as="geometry">
            <Array as="points">
              <mxPoint x="2490" y="500" />
              <mxPoint x="2510" y="490" />
              <mxPoint x="2510" y="440" />
            </Array>
            <mxPoint x="2460" y="560" as="sourcePoint" />
            <mxPoint x="2510" y="510" as="targetPoint" />
          </mxGeometry>
        </mxCell>
        <mxCell id="Ly1VW1kiYANL2SHkxWqd-65" connectable="0" parent="Ly1VW1kiYANL2SHkxWqd-64" style="edgeLabel;html=1;align=center;verticalAlign=middle;resizable=0;points=[];" value="tx_valid = 0" vertex="1">
          <mxGeometry relative="1" x="-0.1698" y="2" as="geometry">
            <mxPoint as="offset" />
          </mxGeometry>
        </mxCell>
-         <mxCell id="Ly1VW1kiYANL2SHkxWqd-66" parent="1" style="rounded=1;whiteSpace=wrap;html=1;arcSize=12;fillColor=#ffffff;strokeColor=#000000;" value="WAIT_TX_FIFO_DATA" vertex="1">
+         <mxCell id="Ly1VW1kiYANL2SHkxWqd-66" parent="1" style="rounded=1;whiteSpace=wrap;html=1;arcSize=12;fillColor=#ffffff;strokeColor=#000000;" value="TX_FIFO_LOAD" vertex="1">
          <mxGeometry height="55" width="140" x="950" y="710" as="geometry" />
        </mxCell>
        <mxCell id="Ly1VW1kiYANL2SHkxWqd-68" edge="1" parent="1" source="Ly1VW1kiYANL2SHkxWqd-66" style="endArrow=classic;html=1;rounded=0;exitX=0.5;exitY=1;exitDx=0;exitDy=0;" target="Ly1VW1kiYANL2SHkxWqd-28" value="">
          <mxGeometry height="50" relative="1" width="50" as="geometry">
            <mxPoint x="1070" y="820" as="sourcePoint" />
            <mxPoint x="1120" y="770" as="targetPoint" />
          </mxGeometry>
        </mxCell>
        <mxCell id="Ly1VW1kiYANL2SHkxWqd-72" connectable="0" parent="Ly1VW1kiYANL2SHkxWqd-68" style="edgeLabel;html=1;align=center;verticalAlign=middle;resizable=0;points=[];" value="tx_fifo_empty = 0" vertex="1">
          <mxGeometry relative="1" x="-0.1581" y="1" as="geometry">
            <mxPoint as="offset" />
          </mxGeometry>
        </mxCell>
-         <mxCell id="Ly1VW1kiYANL2SHkxWqd-69" parent="1" style="shape=note;whiteSpace=wrap;html=1;fillColor=#fff2cc;strokeColor=#d6b656;" value="WAIT_TX_FIFO_DATA:&lt;div&gt;tx_fifo_rd = 1&lt;br&gt;&lt;div&gt;&lt;br&gt;&lt;/div&gt;&lt;/div&gt;" vertex="1">
+         <mxCell id="Ly1VW1kiYANL2SHkxWqd-69" parent="1" style="shape=note;whiteSpace=wrap;html=1;fillColor=#fff2cc;strokeColor=#d6b656;" value="TX_FIFO_LOAD:&lt;div&gt;tx_fifo_rd = 1&lt;br&gt;&lt;div&gt;&lt;br&gt;&lt;/div&gt;&lt;/div&gt;" vertex="1">
          <mxGeometry height="85" width="250" x="480" y="680" as="geometry" />
        </mxCell>
        <mxCell id="Ly1VW1kiYANL2SHkxWqd-70" edge="1" parent="1" source="Ly1VW1kiYANL2SHkxWqd-66" style="curved=1;endArrow=classic;html=1;rounded=0;exitX=0.006;exitY=0.911;exitDx=0;exitDy=0;entryX=-0.014;entryY=0.124;entryDx=0;entryDy=0;exitPerimeter=0;entryPerimeter=0;" target="Ly1VW1kiYANL2SHkxWqd-66" value="">
          <mxGeometry height="50" relative="1" width="50" as="geometry">
            <Array as="points">
              <mxPoint x="890" y="760" />
              <mxPoint x="893" y="710" />
            </Array>
            <mxPoint x="960" y="766" as="sourcePoint" />
            <mxPoint x="958" y="720" as="targetPoint" />
          </mxGeometry>
        </mxCell>
-         <mxCell id="Ly1VW1kiYANL2SHkxWqd-71" connectable="0" parent="Ly1VW1kiYANL2SHkxWqd-70" style="edgeLabel;html=1;align=center;verticalAlign=middle;resizable=0;points=[];" value="tx_fifo_rvalid = 1" vertex="1">
+         <mxCell id="Ly1VW1kiYANL2SHkxWqd-71" connectable="0" parent="Ly1VW1kiYANL2SHkxWqd-70" style="edgeLabel;html=1;align=center;verticalAlign=middle;resizable=0;points=[];" value="tx_fifo" vertex="1">
          <mxGeometry relative="1" x="-0.1215" y="-8" as="geometry">
            <mxPoint as="offset" />
          </mxGeometry>
        </mxCell>
      </root>
    </mxGraphModel>
  </diagram>
</mxfile>
